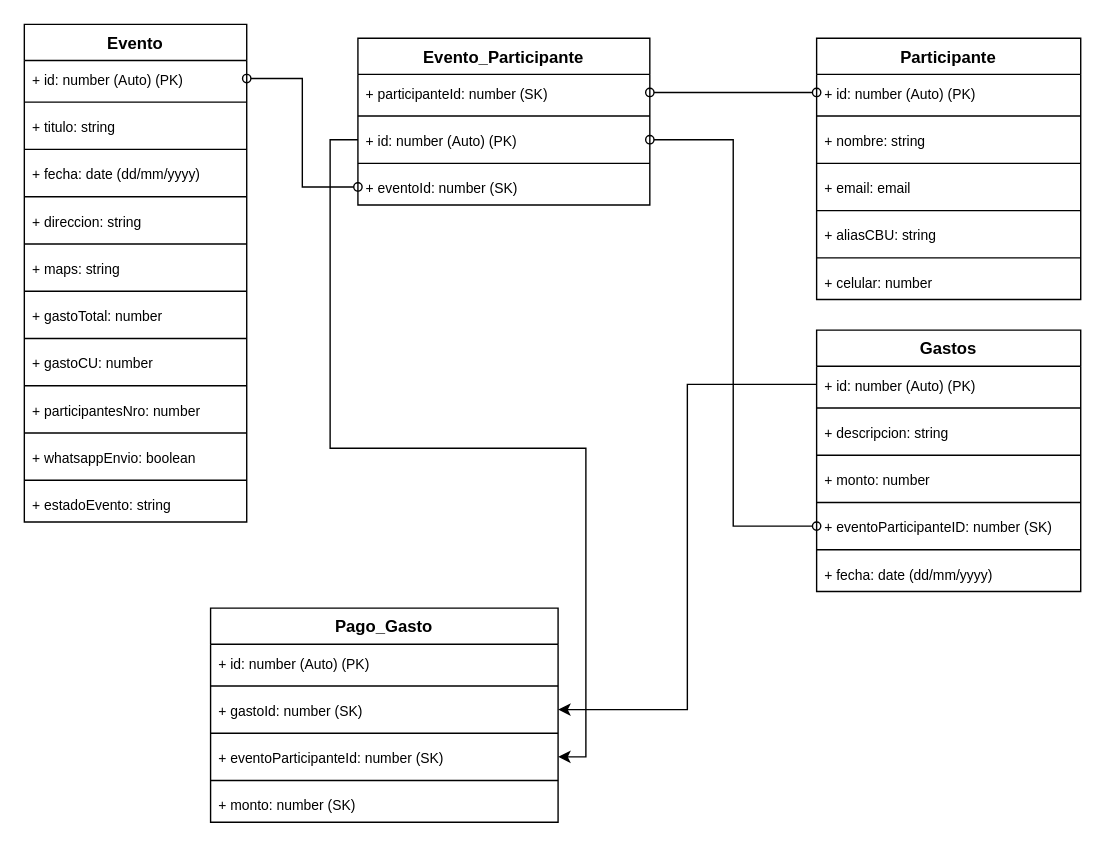
The draw.io diagram splitsmart.drawio in cbalucas/splitsmart, before the edit. Source tidied: cells renumbered, new cells numbered last; positions are measured from the earlier drawing's top-left corner, leaving out a move shared by most shapes. Both pictures are drawn from the tidied source at 139%, with x=0, y=0 at pixel (24, 24).
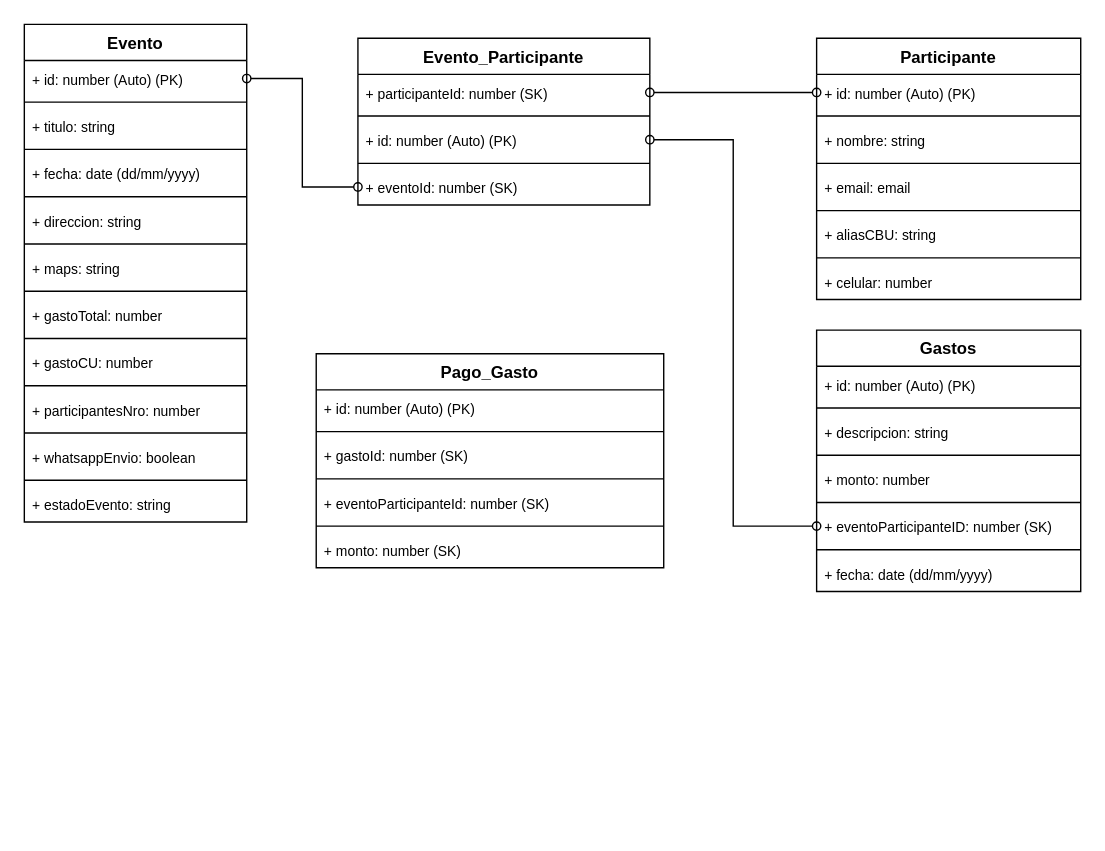
Above is the later version.

The change refers to these unchanged cells:
```xml
<mxCell id="33" value="&lt;font style=&quot;font-size: 10px;&quot;&gt;+ id: number (Auto) (PK)&lt;/font&gt;" style="text;strokeColor=none;fillColor=none;align=left;verticalAlign=top;spacingLeft=4;spacingRight=4;overflow=hidden;points=[[0,0.5],[1,0.5]];portConstraint=eastwest;whiteSpace=wrap;html=1;" parent="32" vertex="1">
  <mxGeometry y="26" width="190" height="26" as="geometry" />
</mxCell>
<mxCell id="45" value="&lt;font style=&quot;font-size: 10px;&quot;&gt;+ id: number (Auto) (PK)&lt;/font&gt;" style="text;strokeColor=none;fillColor=none;align=left;verticalAlign=top;spacingLeft=4;spacingRight=4;overflow=hidden;points=[[0,0.5],[1,0.5]];portConstraint=eastwest;whiteSpace=wrap;html=1;" parent="42" vertex="1">
  <mxGeometry y="60" width="210" height="26" as="geometry" />
</mxCell>
<mxCell id="51" value="&lt;font style=&quot;font-size: 10px;&quot;&gt;+ gastoId: number (SK)&lt;/font&gt;" style="text;strokeColor=none;fillColor=none;align=left;verticalAlign=top;spacingLeft=4;spacingRight=4;overflow=hidden;points=[[0,0.5],[1,0.5]];portConstraint=eastwest;whiteSpace=wrap;html=1;" parent="48" vertex="1">
  <mxGeometry y="60" width="250" height="26" as="geometry" />
</mxCell>
<mxCell id="53" value="&lt;font style=&quot;font-size: 10px;&quot;&gt;+ eventoParticipanteId: number (SK)&lt;/font&gt;" style="text;strokeColor=none;fillColor=none;align=left;verticalAlign=top;spacingLeft=4;spacingRight=4;overflow=hidden;points=[[0,0.5],[1,0.5]];portConstraint=eastwest;whiteSpace=wrap;html=1;" parent="48" vertex="1">
  <mxGeometry y="94" width="250" height="26" as="geometry" />
</mxCell>
```

Change to the diagram source:
```diff
@@
     <mxCell id="48" value="Pago_Gasto" style="swimlane;fontStyle=1;align=center;verticalAlign=top;horizontal=1;startSize=26;whiteSpace=wrap;html=1;" parent="1" vertex="1">
-      <mxGeometry x="134" y="420" width="250" height="154" as="geometry" />
+      <mxGeometry x="210" y="237" width="250" height="154" as="geometry" />
     </mxCell>
@@
-    <mxCell id="59" style="edgeStyle=orthogonalEdgeStyle;rounded=0;jettySize=auto;html=1;exitX=0;exitY=0.5;exitDx=0;exitDy=0;" parent="1" edge="1" source="33" target="51">
-      <mxGeometry relative="1" as="geometry" />
-    </mxCell>
-    <mxCell id="60" style="edgeStyle=orthogonalEdgeStyle;rounded=0;jettySize=auto;html=1;" parent="1" edge="1" source="45" target="53">
-      <mxGeometry relative="1" as="geometry" />
-    </mxCell>
```
